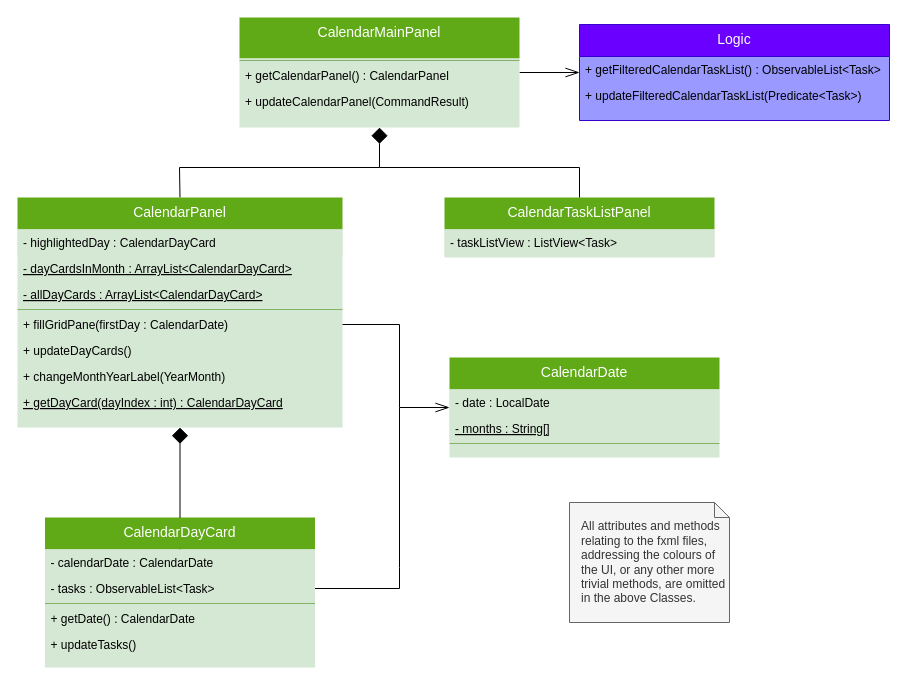
This is docs/diagrams/CalendarUiClassDiagram.drawio from yapdianhao/main, a draw.io file, before an edit. Source tidied: cells renumbered, new cells numbered last; positions are measured from the earlier drawing's top-left corner, leaving out a move shared by most shapes. Both pictures are drawn from the tidied source at 100%, with x=0, y=0 at pixel (17, 17). Pictures stored in the file or linked from it are replaced by grey dashed boxes.
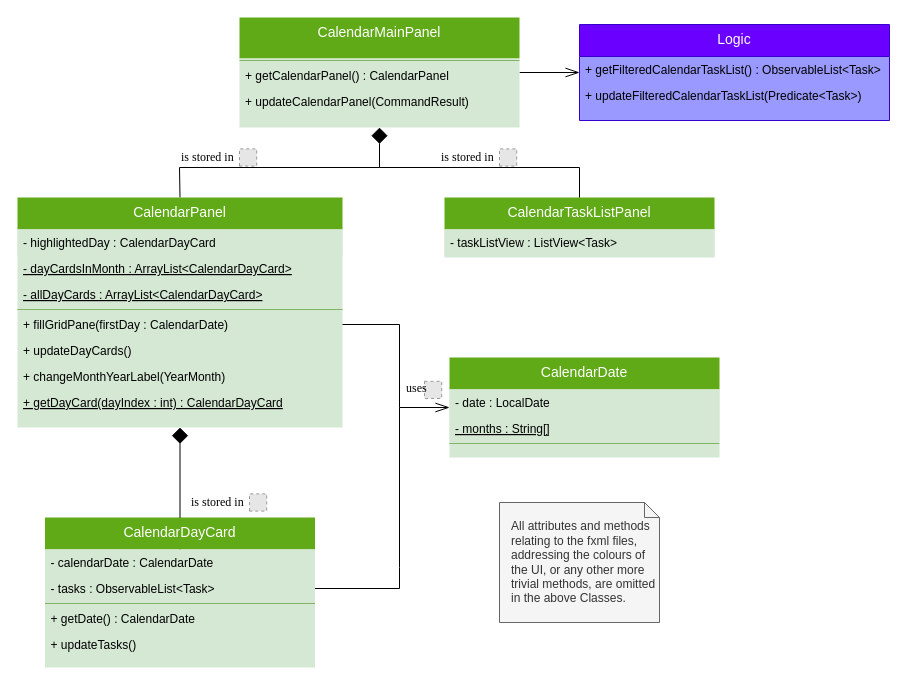
The same page after the edit.

Diff of the diagram source:
```diff
@@
     <mxCell id="7" value="&lt;div&gt;All attributes and methods relating to the fxml files, addressing the colours of the UI, or any other more trivial methods, are omitted in the above Classes.&lt;/div&gt;" style="shape=note;size=15;align=left;spacingLeft=10;html=1;whiteSpace=wrap;fillColor=#f5f5f5;strokeColor=#666666;fontColor=#333333;" parent="1" vertex="1">
-      <mxGeometry x="552" y="485" width="160" height="120" as="geometry" />
+      <mxGeometry x="482" y="485" width="160" height="120" as="geometry" />
     </mxCell>
@@
+    <mxCell id="37" style="group;" parent="1" vertex="1">
+      <mxGeometry x="162" y="130" width="77.2" height="20" as="geometry" />
+    </mxCell>
+    <mxCell id="38" style="fillColor=#E6E6E6;strokeColor=#999999;dashed=1;html=1;verticalAlign=top;verticalLabelPosition=bottom;labelBackgroundColor=#ffffff;rotation=-90;" parent="37" vertex="1">
+      <mxGeometry x="60" y="1.4" width="17.2" height="17.2" as="geometry" />
+    </mxCell>
+    <mxCell id="39" value="&lt;div align=&quot;left&quot;&gt;&lt;p&gt;&lt;font face=&quot;Times New Roman&quot;&gt;is stored in&lt;/font&gt;&lt;/p&gt;&lt;/div&gt;" style="text;html=1;align=left;verticalAlign=middle;whiteSpace=wrap;rounded=0;shadow=0;" parent="37" vertex="1">
+      <mxGeometry width="60" height="20" as="geometry" />
+    </mxCell>
+    <mxCell id="40" style="group;" parent="1" vertex="1">
+      <mxGeometry x="422" y="130" width="77.2" height="20" as="geometry" />
+    </mxCell>
+    <mxCell id="41" style="fillColor=#E6E6E6;strokeColor=#999999;dashed=1;html=1;verticalAlign=top;verticalLabelPosition=bottom;labelBackgroundColor=#ffffff;rotation=-90;" parent="40" vertex="1">
+      <mxGeometry x="60" y="1.4" width="17.2" height="17.2" as="geometry" />
+    </mxCell>
+    <mxCell id="42" value="&lt;div align=&quot;left&quot;&gt;&lt;p&gt;&lt;font face=&quot;Times New Roman&quot;&gt;is stored in&lt;/font&gt;&lt;/p&gt;&lt;/div&gt;" style="text;html=1;align=left;verticalAlign=middle;whiteSpace=wrap;rounded=0;shadow=0;" parent="40" vertex="1">
+      <mxGeometry width="60" height="20" as="geometry" />
+    </mxCell>
+    <mxCell id="43" style="group;" parent="1" vertex="1">
+      <mxGeometry x="172" y="475" width="77.2" height="20" as="geometry" />
+    </mxCell>
+    <mxCell id="44" style="fillColor=#E6E6E6;strokeColor=#999999;dashed=1;html=1;verticalAlign=top;verticalLabelPosition=bottom;labelBackgroundColor=#ffffff;rotation=-90;" parent="43" vertex="1">
+      <mxGeometry x="60" y="1.4" width="17.2" height="17.2" as="geometry" />
+    </mxCell>
+    <mxCell id="45" value="&lt;div align=&quot;left&quot;&gt;&lt;p&gt;&lt;font face=&quot;Times New Roman&quot;&gt;is stored in&lt;/font&gt;&lt;/p&gt;&lt;/div&gt;" style="text;html=1;align=left;verticalAlign=middle;whiteSpace=wrap;rounded=0;shadow=0;" parent="43" vertex="1">
+      <mxGeometry width="60" height="20" as="geometry" />
+    </mxCell>
+    <mxCell id="46" style="group;" parent="1" vertex="1">
+      <mxGeometry x="387" y="361" width="77.2" height="20" as="geometry" />
+    </mxCell>
+    <mxCell id="47" style="fillColor=#E6E6E6;strokeColor=#999999;dashed=1;html=1;verticalAlign=top;verticalLabelPosition=bottom;labelBackgroundColor=#ffffff;rotation=0;" parent="46" vertex="1">
+      <mxGeometry x="20" y="2.8" width="17.2" height="17.2" as="geometry" />
+    </mxCell>
+    <mxCell id="48" value="&lt;div align=&quot;left&quot;&gt;&lt;p&gt;&lt;font face=&quot;Times New Roman&quot;&gt;uses&lt;/font&gt;&lt;/p&gt;&lt;/div&gt;" style="text;html=1;align=left;verticalAlign=middle;whiteSpace=wrap;rounded=0;shadow=0;" parent="46" vertex="1">
+      <mxGeometry width="20" height="20" as="geometry" />
+    </mxCell>
```
